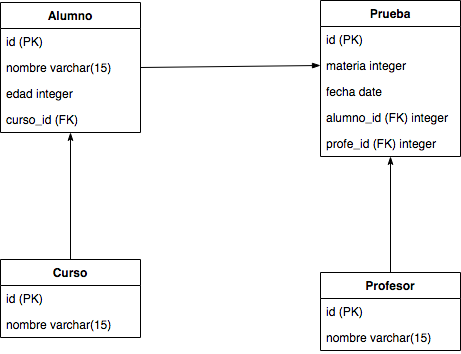
Before: exercise2.png, a diagram exported from draw.io (paskuvan/challenge33). Source tidied: cells renumbered, new cells last; positions are measured from the earlier drawing's top-left corner, leaving out a move shared by most shapes. Its diagram source:
```xml
<mxGraphModel>
  <root>
    <mxCell id="0" />
    <mxCell id="1" parent="0" />
    <mxCell id="2" value="Alumno" style="swimlane;fontStyle=1;horizontal=1;startSize=26;fillColor=none;" parent="1" vertex="1">
      <mxGeometry y="2" width="140" height="130" as="geometry" />
    </mxCell>
    <mxCell id="3" value="id (PK)" style="text;strokeColor=none;fillColor=none;align=left;verticalAlign=top;spacingLeft=4;spacingRight=4;overflow=hidden;" parent="2" vertex="1">
      <mxGeometry y="26" width="140" height="26" as="geometry" />
    </mxCell>
    <mxCell id="4" value="nombre varchar(15)" style="text;strokeColor=none;fillColor=none;align=left;verticalAlign=top;spacingLeft=4;spacingRight=4;overflow=hidden;" parent="2" vertex="1">
      <mxGeometry y="52" width="140" height="26" as="geometry" />
    </mxCell>
    <mxCell id="5" value="edad integer" style="text;strokeColor=none;fillColor=none;align=left;verticalAlign=top;spacingLeft=4;spacingRight=4;overflow=hidden;" parent="2" vertex="1">
      <mxGeometry y="78" width="140" height="26" as="geometry" />
    </mxCell>
    <mxCell id="6" value="curso_id (FK)" style="text;strokeColor=none;fillColor=none;align=left;verticalAlign=top;spacingLeft=4;spacingRight=4;overflow=hidden;" parent="2" vertex="1">
      <mxGeometry y="104" width="140" height="26" as="geometry" />
    </mxCell>
    <mxCell id="7" value="Prueba" style="swimlane;fontStyle=1;horizontal=1;startSize=26;fillColor=none;" parent="1" vertex="1">
      <mxGeometry x="320" width="140" height="156" as="geometry" />
    </mxCell>
    <mxCell id="8" value="id (PK)" style="text;strokeColor=none;fillColor=none;align=left;verticalAlign=top;spacingLeft=4;spacingRight=4;overflow=hidden;" parent="7" vertex="1">
      <mxGeometry y="26" width="140" height="26" as="geometry" />
    </mxCell>
    <mxCell id="9" value="materia integer" style="text;strokeColor=none;fillColor=none;align=left;verticalAlign=top;spacingLeft=4;spacingRight=4;overflow=hidden;points=[[0,0.5],[1,0.5]];portConstraint=eastwest;" parent="7" vertex="1">
      <mxGeometry y="52" width="140" height="26" as="geometry" />
    </mxCell>
    <mxCell id="10" value="fecha date" style="text;strokeColor=none;fillColor=none;align=left;verticalAlign=top;spacingLeft=4;spacingRight=4;overflow=hidden;" parent="7" vertex="1">
      <mxGeometry y="78" width="140" height="26" as="geometry" />
    </mxCell>
    <mxCell id="11" value="alumno_id (FK) integer" style="text;strokeColor=none;fillColor=none;align=left;verticalAlign=top;spacingLeft=4;spacingRight=4;overflow=hidden;" parent="7" vertex="1">
      <mxGeometry y="104" width="140" height="26" as="geometry" />
    </mxCell>
    <mxCell id="12" value="profe_id (FK) integer" style="text;strokeColor=none;fillColor=none;align=left;verticalAlign=top;spacingLeft=4;spacingRight=4;overflow=hidden;" parent="7" vertex="1">
      <mxGeometry y="130" width="140" height="26" as="geometry" />
    </mxCell>
    <mxCell id="13" value="Curso" style="swimlane;fontStyle=1;horizontal=1;startSize=26;fillColor=none;" parent="1" vertex="1">
      <mxGeometry y="259" width="140" height="78" as="geometry" />
    </mxCell>
    <mxCell id="14" value="id (PK)" style="text;strokeColor=none;fillColor=none;align=left;verticalAlign=top;spacingLeft=4;spacingRight=4;overflow=hidden;" parent="13" vertex="1">
      <mxGeometry y="26" width="140" height="26" as="geometry" />
    </mxCell>
    <mxCell id="15" value="nombre varchar(15)" style="text;strokeColor=none;fillColor=none;align=left;verticalAlign=top;spacingLeft=4;spacingRight=4;overflow=hidden;" parent="13" vertex="1">
      <mxGeometry y="52" width="140" height="26" as="geometry" />
    </mxCell>
    <mxCell id="16" value="Profesor" style="swimlane;fontStyle=1;horizontal=1;startSize=26;fillColor=none;" parent="1" vertex="1">
      <mxGeometry x="320" y="272" width="140" height="78" as="geometry" />
    </mxCell>
    <mxCell id="17" value="id (PK)" style="text;strokeColor=none;fillColor=none;align=left;verticalAlign=top;spacingLeft=4;spacingRight=4;overflow=hidden;" parent="16" vertex="1">
      <mxGeometry y="26" width="140" height="26" as="geometry" />
    </mxCell>
    <mxCell id="18" value="nombre varchar(15)" style="text;strokeColor=none;fillColor=none;align=left;verticalAlign=top;spacingLeft=4;spacingRight=4;overflow=hidden;" parent="16" vertex="1">
      <mxGeometry y="52" width="140" height="26" as="geometry" />
    </mxCell>
    <mxCell id="19" style="fontSize=12;html=1;endArrow=blockThin;entryX=0;entryY=0.5;entryDx=0;entryDy=0;exitX=1;exitY=0.5;exitDx=0;exitDy=0;endFill=1;" parent="1" edge="1" source="2" target="9">
      <mxGeometry relative="1" as="geometry" />
    </mxCell>
    <mxCell id="20" style="fontSize=12;html=1;endArrow=classicThin;endFill=1;exitX=0.5;exitY=0;exitDx=0;exitDy=0;" parent="1" edge="1" source="13">
      <mxGeometry relative="1" as="geometry">
        <mxPoint x="70" y="132" as="targetPoint" />
      </mxGeometry>
    </mxCell>
    <mxCell id="21" style="fontSize=12;html=1;endArrow=classicThin;endFill=1;exitX=0.5;exitY=0;exitDx=0;exitDy=0;" parent="1" edge="1" source="16">
      <mxGeometry relative="1" as="geometry">
        <mxPoint x="390" y="156" as="targetPoint" />
      </mxGeometry>
    </mxCell>
  </root>
</mxGraphModel>
```
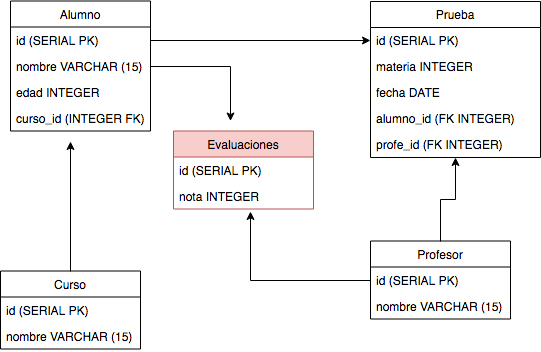
After the change.

Commit message:
exercise 2 finish

Change to the diagram source:
```diff
@@ -2,69 +2,86 @@
   <root>
     <mxCell id="0" />
     <mxCell id="1" parent="0" />
-    <mxCell id="2" value="Alumno" style="swimlane;fontStyle=1;horizontal=1;startSize=26;fillColor=none;" parent="1" vertex="1">
-      <mxGeometry y="2" width="140" height="130" as="geometry" />
+    <mxCell id="2" value="Alumno" style="swimlane;fontStyle=0;horizontal=1;startSize=26;fillColor=none;" parent="1" vertex="1">
+      <mxGeometry x="20" y="11.5" width="140" height="130" as="geometry" />
     </mxCell>
-    <mxCell id="3" value="id (PK)" style="text;strokeColor=none;fillColor=none;align=left;verticalAlign=top;spacingLeft=4;spacingRight=4;overflow=hidden;" parent="2" vertex="1">
-      <mxGeometry y="26" width="140" height="26" as="geometry" />
-    </mxCell>
-    <mxCell id="4" value="nombre varchar(15)" style="text;strokeColor=none;fillColor=none;align=left;verticalAlign=top;spacingLeft=4;spacingRight=4;overflow=hidden;" parent="2" vertex="1">
-      <mxGeometry y="52" width="140" height="26" as="geometry" />
-    </mxCell>
-    <mxCell id="5" value="edad integer" style="text;strokeColor=none;fillColor=none;align=left;verticalAlign=top;spacingLeft=4;spacingRight=4;overflow=hidden;" parent="2" vertex="1">
-      <mxGeometry y="78" width="140" height="26" as="geometry" />
-    </mxCell>
-    <mxCell id="6" value="curso_id (FK)" style="text;strokeColor=none;fillColor=none;align=left;verticalAlign=top;spacingLeft=4;spacingRight=4;overflow=hidden;" parent="2" vertex="1">
-      <mxGeometry y="104" width="140" height="26" as="geometry" />
-    </mxCell>
+    <mxCell id="22" value="id (SERIAL PK)" style="text;strokeColor=none;fillColor=none;align=left;verticalAlign=top;spacingLeft=4;spacingRight=4;overflow=hidden;points=[[0,0.5],[1,0.5]];portConstraint=eastwest;" parent="2" vertex="1">
+      <mxGeometry y="26" width="140" height="26" as="geometry" />
+    </mxCell>
+    <mxCell id="23" value="nombre VARCHAR (15)" style="text;strokeColor=none;fillColor=none;align=left;verticalAlign=top;spacingLeft=4;spacingRight=4;overflow=hidden;points=[[0,0.5],[1,0.5]];portConstraint=eastwest;" parent="2" vertex="1">
+      <mxGeometry y="52" width="140" height="26" as="geometry" />
+    </mxCell>
+    <mxCell id="24" value="edad INTEGER" style="text;strokeColor=none;fillColor=none;align=left;verticalAlign=top;spacingLeft=4;spacingRight=4;overflow=hidden;" parent="2" vertex="1">
+      <mxGeometry y="78" width="140" height="26" as="geometry" />
+    </mxCell>
+    <mxCell id="25" value="curso_id (INTEGER FK)" style="text;strokeColor=none;fillColor=none;align=left;verticalAlign=top;spacingLeft=4;spacingRight=4;overflow=hidden;" parent="2" vertex="1">
+      <mxGeometry y="104" width="140" height="26" as="geometry" />
+    </mxCell>
-    <mxCell id="7" value="Prueba" style="swimlane;fontStyle=1;horizontal=1;startSize=26;fillColor=none;" parent="1" vertex="1">
-      <mxGeometry x="320" width="140" height="156" as="geometry" />
+    <mxCell id="7" value="Prueba" style="swimlane;fontStyle=0;horizontal=1;startSize=26;fillColor=none;" parent="1" vertex="1">
+      <mxGeometry x="380" y="12" width="170" height="156" as="geometry" />
     </mxCell>
-    <mxCell id="8" value="id (PK)" style="text;strokeColor=none;fillColor=none;align=left;verticalAlign=top;spacingLeft=4;spacingRight=4;overflow=hidden;" parent="7" vertex="1">
-      <mxGeometry y="26" width="140" height="26" as="geometry" />
-    </mxCell>
-    <mxCell id="9" value="materia integer" style="text;strokeColor=none;fillColor=none;align=left;verticalAlign=top;spacingLeft=4;spacingRight=4;overflow=hidden;points=[[0,0.5],[1,0.5]];portConstraint=eastwest;" parent="7" vertex="1">
-      <mxGeometry y="52" width="140" height="26" as="geometry" />
-    </mxCell>
-    <mxCell id="10" value="fecha date" style="text;strokeColor=none;fillColor=none;align=left;verticalAlign=top;spacingLeft=4;spacingRight=4;overflow=hidden;" parent="7" vertex="1">
-      <mxGeometry y="78" width="140" height="26" as="geometry" />
-    </mxCell>
-    <mxCell id="11" value="alumno_id (FK) integer" style="text;strokeColor=none;fillColor=none;align=left;verticalAlign=top;spacingLeft=4;spacingRight=4;overflow=hidden;" parent="7" vertex="1">
-      <mxGeometry y="104" width="140" height="26" as="geometry" />
-    </mxCell>
-    <mxCell id="12" value="profe_id (FK) integer" style="text;strokeColor=none;fillColor=none;align=left;verticalAlign=top;spacingLeft=4;spacingRight=4;overflow=hidden;" parent="7" vertex="1">
-      <mxGeometry y="130" width="140" height="26" as="geometry" />
-    </mxCell>
+    <mxCell id="26" value="id (SERIAL PK)" style="text;strokeColor=none;fillColor=none;align=left;verticalAlign=top;spacingLeft=4;spacingRight=4;overflow=hidden;points=[[0,0.5],[1,0.5]];portConstraint=eastwest;" parent="7" vertex="1">
+      <mxGeometry y="26" width="170" height="26" as="geometry" />
+    </mxCell>
+    <mxCell id="27" value="materia INTEGER" style="text;strokeColor=none;fillColor=none;align=left;verticalAlign=top;spacingLeft=4;spacingRight=4;overflow=hidden;" parent="7" vertex="1">
+      <mxGeometry y="52" width="170" height="26" as="geometry" />
+    </mxCell>
+    <mxCell id="28" value="fecha DATE" style="text;strokeColor=none;fillColor=none;align=left;verticalAlign=top;spacingLeft=4;spacingRight=4;overflow=hidden;" parent="7" vertex="1">
+      <mxGeometry y="78" width="170" height="26" as="geometry" />
+    </mxCell>
+    <mxCell id="29" value="alumno_id (FK INTEGER)" style="text;strokeColor=none;fillColor=none;align=left;verticalAlign=top;spacingLeft=4;spacingRight=4;overflow=hidden;" parent="7" vertex="1">
+      <mxGeometry y="104" width="170" height="26" as="geometry" />
+    </mxCell>
+    <mxCell id="30" value="profe_id (FK INTEGER)" style="text;strokeColor=none;fillColor=none;align=left;verticalAlign=top;spacingLeft=4;spacingRight=4;overflow=hidden;" parent="7" vertex="1">
+      <mxGeometry y="130" width="170" height="26" as="geometry" />
+    </mxCell>
+    <mxCell id="31" style="edgeStyle=orthogonalEdgeStyle;rounded=0;jettySize=auto;html=1;exitX=0.5;exitY=0;exitDx=0;exitDy=0;" parent="1" edge="1" source="13">
+      <mxGeometry relative="1" as="geometry">
+        <mxPoint x="80" y="152" as="targetPoint" />
+      </mxGeometry>
+    </mxCell>
-    <mxCell id="13" value="Curso" style="swimlane;fontStyle=1;horizontal=1;startSize=26;fillColor=none;" parent="1" vertex="1">
-      <mxGeometry y="259" width="140" height="78" as="geometry" />
+    <mxCell id="13" value="Curso" style="swimlane;fontStyle=0;horizontal=1;startSize=26;fillColor=none;" parent="1" vertex="1">
+      <mxGeometry x="10" y="281.5" width="140" height="78" as="geometry" />
     </mxCell>
-    <mxCell id="14" value="id (PK)" style="text;strokeColor=none;fillColor=none;align=left;verticalAlign=top;spacingLeft=4;spacingRight=4;overflow=hidden;" parent="13" vertex="1">
-      <mxGeometry y="26" width="140" height="26" as="geometry" />
-    </mxCell>
-    <mxCell id="15" value="nombre varchar(15)" style="text;strokeColor=none;fillColor=none;align=left;verticalAlign=top;spacingLeft=4;spacingRight=4;overflow=hidden;" parent="13" vertex="1">
-      <mxGeometry y="52" width="140" height="26" as="geometry" />
-    </mxCell>
+    <mxCell id="32" value="id (SERIAL PK)" style="text;strokeColor=none;fillColor=none;align=left;verticalAlign=top;spacingLeft=4;spacingRight=4;overflow=hidden;" parent="13" vertex="1">
+      <mxGeometry y="26" width="140" height="26" as="geometry" />
+    </mxCell>
+    <mxCell id="33" value="nombre VARCHAR (15)" style="text;strokeColor=none;fillColor=none;align=left;verticalAlign=top;spacingLeft=4;spacingRight=4;overflow=hidden;" parent="13" vertex="1">
+      <mxGeometry y="52" width="140" height="26" as="geometry" />
+    </mxCell>
+    <mxCell id="34" style="edgeStyle=orthogonalEdgeStyle;rounded=0;jettySize=auto;html=1;exitX=0.5;exitY=0;exitDx=0;exitDy=0;entryX=0.5;entryY=1;entryDx=0;entryDy=0;" parent="1" edge="1" source="16" target="7">
+      <mxGeometry relative="1" as="geometry" />
+    </mxCell>
-    <mxCell id="16" value="Profesor" style="swimlane;fontStyle=1;horizontal=1;startSize=26;fillColor=none;" parent="1" vertex="1">
-      <mxGeometry x="320" y="272" width="140" height="78" as="geometry" />
+    <mxCell id="16" value="Profesor" style="swimlane;fontStyle=0;horizontal=1;startSize=26;fillColor=none;" parent="1" vertex="1">
+      <mxGeometry x="380" y="251.5" width="140" height="78" as="geometry" />
     </mxCell>
-    <mxCell id="17" value="id (PK)" style="text;strokeColor=none;fillColor=none;align=left;verticalAlign=top;spacingLeft=4;spacingRight=4;overflow=hidden;" parent="16" vertex="1">
-      <mxGeometry y="26" width="140" height="26" as="geometry" />
-    </mxCell>
-    <mxCell id="18" value="nombre varchar(15)" style="text;strokeColor=none;fillColor=none;align=left;verticalAlign=top;spacingLeft=4;spacingRight=4;overflow=hidden;" parent="16" vertex="1">
-      <mxGeometry y="52" width="140" height="26" as="geometry" />
-    </mxCell>
-    <mxCell id="19" style="fontSize=12;html=1;endArrow=blockThin;entryX=0;entryY=0.5;entryDx=0;entryDy=0;exitX=1;exitY=0.5;exitDx=0;exitDy=0;endFill=1;" parent="1" edge="1" source="2" target="9">
-      <mxGeometry relative="1" as="geometry" />
-    </mxCell>
-    <mxCell id="20" style="fontSize=12;html=1;endArrow=classicThin;endFill=1;exitX=0.5;exitY=0;exitDx=0;exitDy=0;" parent="1" edge="1" source="13">
-      <mxGeometry relative="1" as="geometry">
-        <mxPoint x="70" y="132" as="targetPoint" />
-      </mxGeometry>
-    </mxCell>
-    <mxCell id="21" style="fontSize=12;html=1;endArrow=classicThin;endFill=1;exitX=0.5;exitY=0;exitDx=0;exitDy=0;" parent="1" edge="1" source="16">
-      <mxGeometry relative="1" as="geometry">
-        <mxPoint x="390" y="156" as="targetPoint" />
-      </mxGeometry>
-    </mxCell>
+    <mxCell id="35" value="id (SERIAL PK)" style="text;strokeColor=none;fillColor=none;align=left;verticalAlign=top;spacingLeft=4;spacingRight=4;overflow=hidden;points=[[0,0.5],[1,0.5]];portConstraint=eastwest;" parent="16" vertex="1">
+      <mxGeometry y="26" width="140" height="26" as="geometry" />
+    </mxCell>
+    <mxCell id="36" value="nombre VARCHAR (15)" style="text;strokeColor=none;fillColor=none;align=left;verticalAlign=top;spacingLeft=4;spacingRight=4;overflow=hidden;" parent="16" vertex="1">
+      <mxGeometry y="52" width="140" height="26" as="geometry" />
+    </mxCell>
+    <mxCell id="37" value="Evaluaciones" style="swimlane;fontStyle=0;horizontal=1;startSize=26;fillColor=#f8cecc;strokeColor=#b85450;" parent="1" vertex="1">
+      <mxGeometry x="183" y="141.5" width="140" height="78" as="geometry" />
+    </mxCell>
+    <mxCell id="38" value="id (SERIAL PK)" style="text;strokeColor=none;fillColor=none;align=left;verticalAlign=top;spacingLeft=4;spacingRight=4;overflow=hidden;" parent="37" vertex="1">
+      <mxGeometry y="26" width="140" height="26" as="geometry" />
+    </mxCell>
+    <mxCell id="39" value="nota INTEGER" style="text;strokeColor=none;fillColor=none;align=left;verticalAlign=top;spacingLeft=4;spacingRight=4;overflow=hidden;" parent="37" vertex="1">
+      <mxGeometry y="52" width="140" height="26" as="geometry" />
+    </mxCell>
+    <mxCell id="40" style="edgeStyle=orthogonalEdgeStyle;rounded=0;jettySize=auto;html=1;exitX=1;exitY=0.5;exitDx=0;exitDy=0;entryX=0;entryY=0.5;entryDx=0;entryDy=0;" parent="1" edge="1" source="22" target="26">
+      <mxGeometry relative="1" as="geometry" />
+    </mxCell>
+    <mxCell id="41" style="edgeStyle=orthogonalEdgeStyle;rounded=0;jettySize=auto;html=1;exitX=0;exitY=0.5;exitDx=0;exitDy=0;" parent="1" edge="1" source="35">
+      <mxGeometry relative="1" as="geometry">
+        <mxPoint x="260" y="222" as="targetPoint" />
+      </mxGeometry>
+    </mxCell>
+    <mxCell id="42" style="edgeStyle=orthogonalEdgeStyle;rounded=0;jettySize=auto;html=1;exitX=1;exitY=0.5;exitDx=0;exitDy=0;" parent="1" edge="1" source="23">
+      <mxGeometry relative="1" as="geometry">
+        <mxPoint x="240" y="131.5" as="targetPoint" />
+      </mxGeometry>
+    </mxCell>
   </root>
 </mxGraphModel>
```
